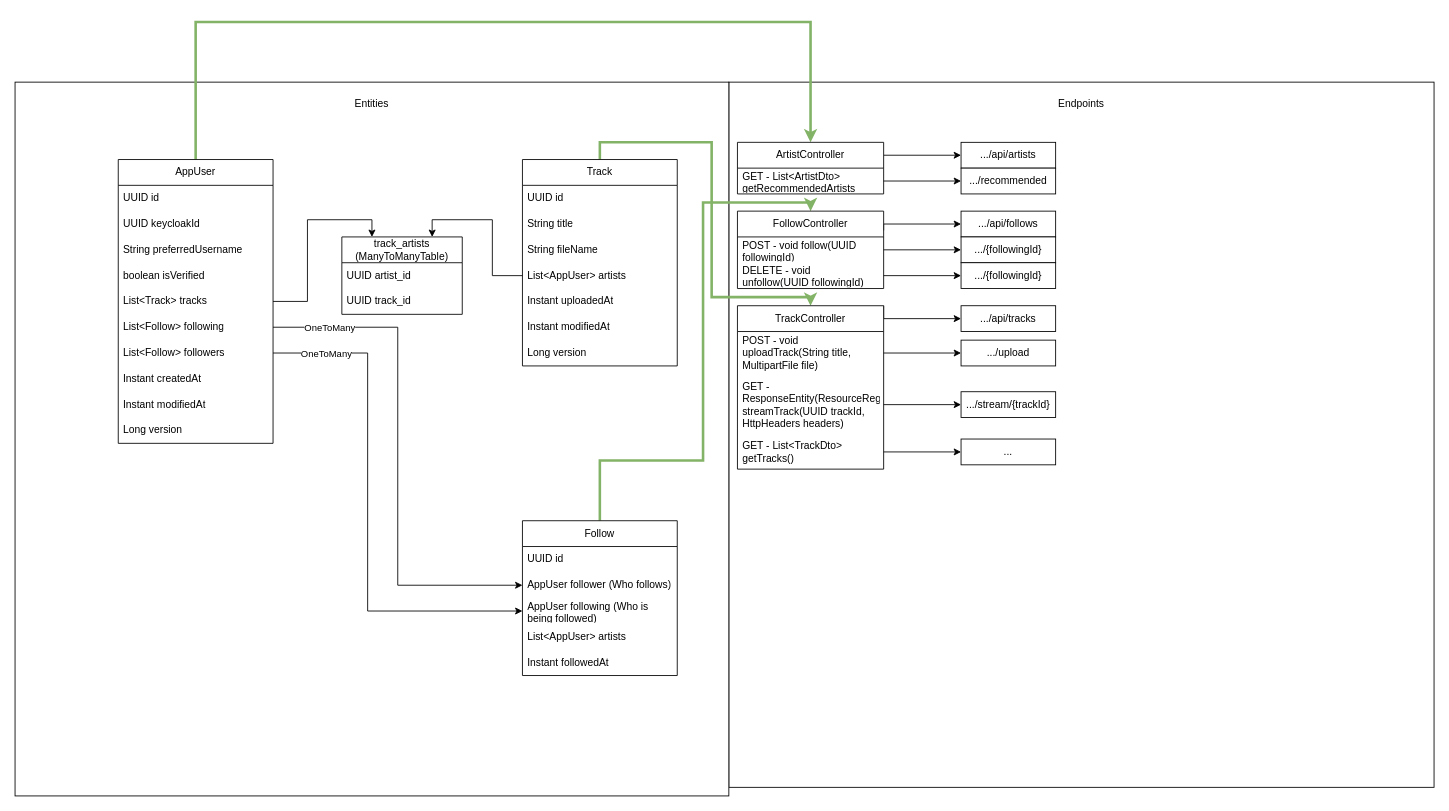
Earlier version of the draw.io diagram RoadMap.drawio (tpoda35/PROJECT.BeatBox). Source tidied: cells renumbered, new cells numbered last; positions are measured from the earlier drawing's top-left corner, leaving out a move shared by most shapes. Both pictures are drawn from the tidied source at 86%, with x=0, y=0 at pixel (15, 22).
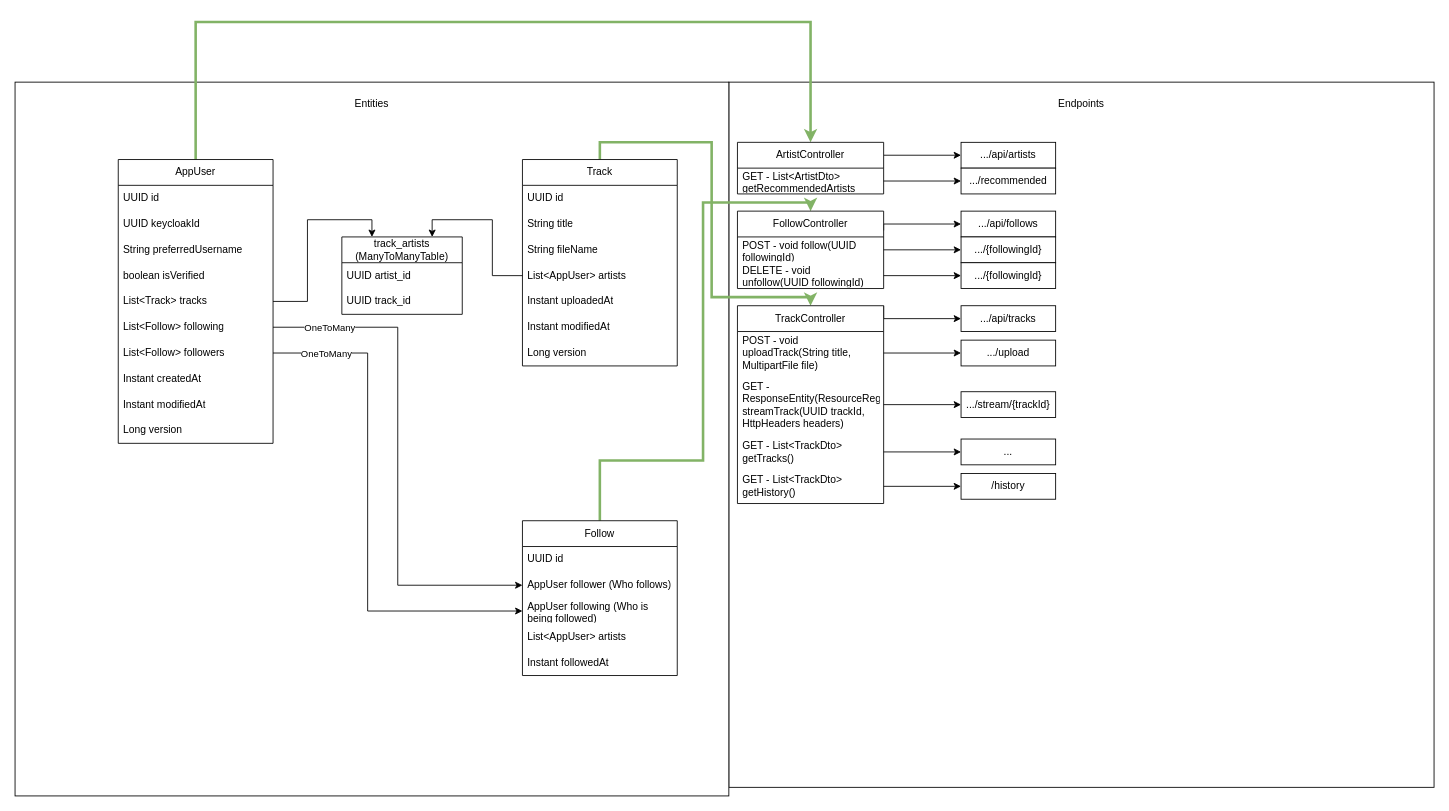
After the change.

The edit, as a diff of the source:
```diff
@@
     <mxCell id="58" value="TrackController" style="swimlane;fontStyle=0;horizontal=1;startSize=30;whiteSpace=wrap;html=1;" parent="1" vertex="1">
-      <mxGeometry x="840" y="330" width="170" height="190" as="geometry" />
+      <mxGeometry x="840" y="330" width="170" height="230" as="geometry" />
     </mxCell>
@@
+    <mxCell id="70" value="GET - List&amp;lt;TrackDto&amp;gt; getHistory()" style="text;strokeColor=none;fillColor=none;align=left;verticalAlign=middle;spacingLeft=4;spacingRight=4;overflow=hidden;points=[[0,0.5],[1,0.5]];portConstraint=eastwest;whiteSpace=wrap;html=1;" parent="58" vertex="1">
+      <mxGeometry y="190" width="170" height="40" as="geometry" />
+    </mxCell>
@@
+    <mxCell id="71" value="/history" style="rounded=0;whiteSpace=wrap;html=1;" parent="1" vertex="1">
+      <mxGeometry x="1100" y="525" width="110" height="30" as="geometry" />
+    </mxCell>
+    <mxCell id="72" style="edgeStyle=orthogonalEdgeStyle;rounded=0;jettySize=auto;html=1;exitX=1;exitY=0.5;exitDx=0;exitDy=0;entryX=0;entryY=0.5;entryDx=0;entryDy=0;" parent="1" edge="1" source="70" target="71">
+      <mxGeometry relative="1" as="geometry" />
+    </mxCell>
```
